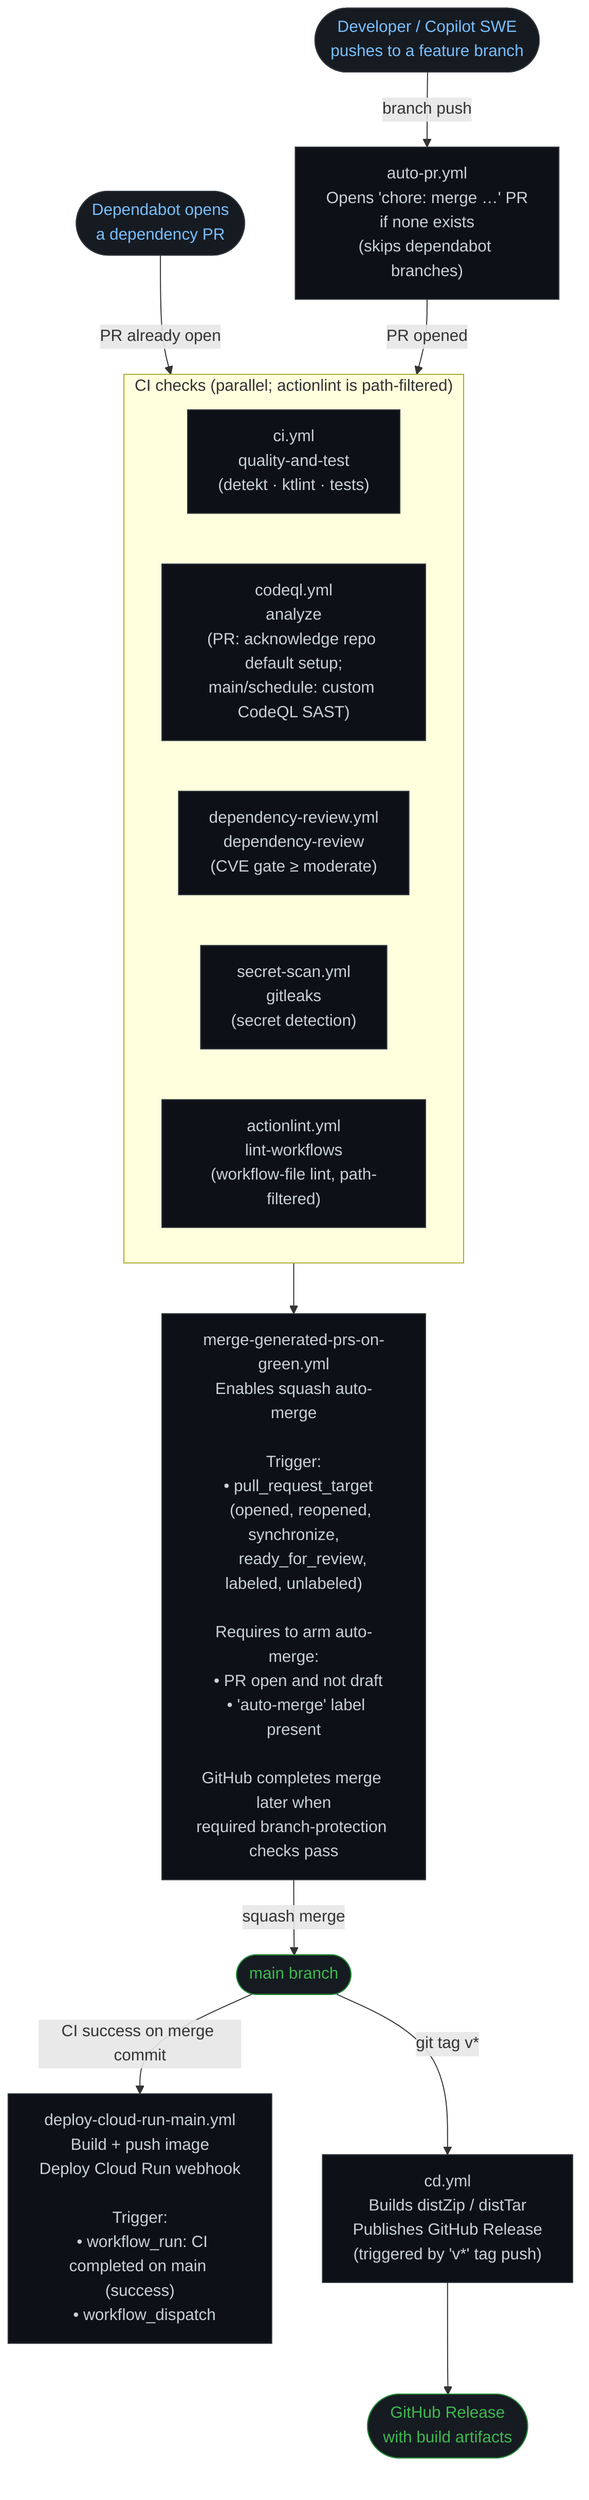
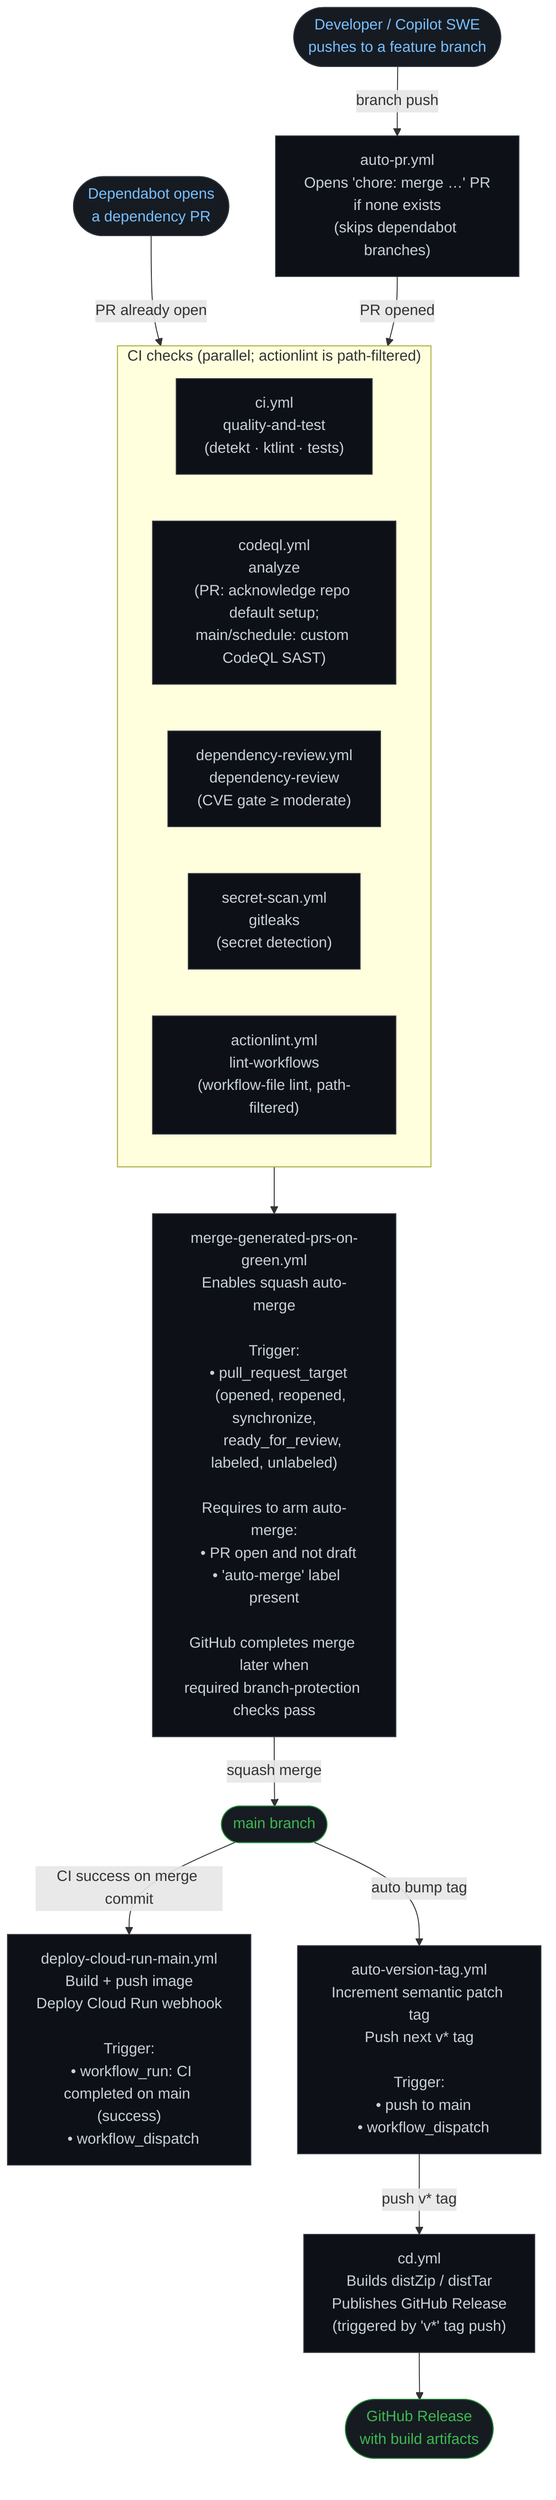
```mermaid
flowchart TD
    %% ── Entry points ──────────────────────────────────────────────────────────
    DEV([Developer / Copilot SWE\npushes to a feature branch])
    DEP([Dependabot opens\na dependency PR])

    %% ── Automation ────────────────────────────────────────────────────────────
    AUTO_PR["auto-pr.yml\nOpens 'chore: merge …' PR\nif none exists\n(skips dependabot branches)"]

    %% ── Required CI checks ────────────────────────────────────────────────────
    subgraph CI ["CI checks (parallel; actionlint is path-filtered)"]
        direction LR
        CI_JOB["ci.yml\nquality-and-test\n(detekt · ktlint · tests)"]
        CODEQL["codeql.yml\nanalyze\n(PR: acknowledge repo default setup;\nmain/schedule: custom CodeQL SAST)"]
        DEPREVIEW["dependency-review.yml\ndependency-review\n(CVE gate ≥ moderate)"]
        SECRET["secret-scan.yml\ngitleaks\n(secret detection)"]
        ACTIONLINT["actionlint.yml\nlint-workflows\n(workflow-file lint, path-filtered)"]
    end

    %% ── Merge ─────────────────────────────────────────────────────────────────
    MERGE["merge-generated-prs-on-green.yml\nEnables squash auto-merge\n\nTrigger:\n  • pull_request_target\n    (opened, reopened, synchronize,\n     ready_for_review, labeled, unlabeled)\n\nRequires to arm auto-merge:\n  • PR open and not draft\n  • 'auto-merge' label present\n\nGitHub completes merge later when\nrequired branch-protection checks pass"]

    %% ── CD ────────────────────────────────────────────────────────────────────
    MAIN([main branch])
    DEPLOY_MAIN["deploy-cloud-run-main.yml\nBuild + push image\nDeploy Cloud Run webhook\n\nTrigger:\n  • workflow_run: CI completed on main (success)\n  • workflow_dispatch"]
+     AUTO_TAG["auto-version-tag.yml\nIncrement semantic patch tag\nPush next v* tag\n\nTrigger:\n  • push to main\n  • workflow_dispatch"]
    CD["cd.yml\nBuilds distZip / distTar\nPublishes GitHub Release\n(triggered by 'v*' tag push)"]
    RELEASE([GitHub Release\nwith build artifacts])

    %% ── Flow ──────────────────────────────────────────────────────────────────
    DEV -->|branch push| AUTO_PR
    DEP -->|PR already open| CI

    AUTO_PR -->|PR opened| CI
    CI --> MERGE

    MERGE -->|squash merge| MAIN

    MAIN -->|CI success on merge commit| DEPLOY_MAIN
-     MAIN -->|git tag v*| CD
+     MAIN -->|auto bump tag| AUTO_TAG
+     AUTO_TAG -->|push v* tag| CD
    CD --> RELEASE

    %% ── Styling ───────────────────────────────────────────────────────────────
    classDef workflow fill:#0d1117,stroke:#30363d,color:#c9d1d9
    classDef actor    fill:#161b22,stroke:#30363d,color:#79c0ff,shape:stadium
    classDef external fill:#161b22,stroke:#238636,color:#3fb950,shape:stadium

-     class AUTO_PR,CI_JOB,CODEQL,DEPREVIEW,SECRET,ACTIONLINT,MERGE,DEPLOY_MAIN,CD workflow
+     class AUTO_PR,CI_JOB,CODEQL,DEPREVIEW,SECRET,ACTIONLINT,MERGE,DEPLOY_MAIN,AUTO_TAG,CD workflow
    class DEV,DEP actor
    class MAIN,RELEASE external
```
